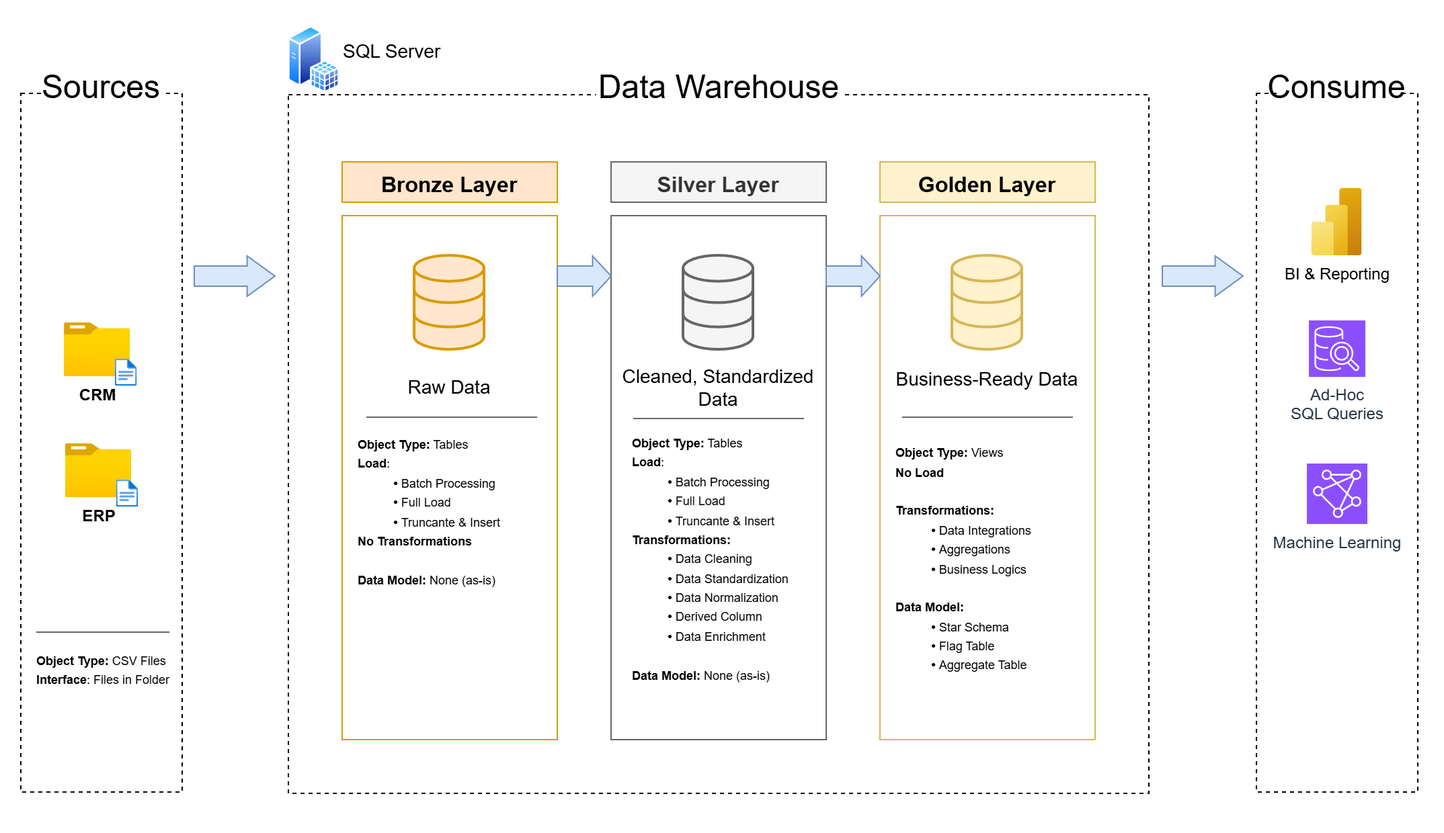
Before: docs/data_architecture/data_architecture.png, a diagram exported from draw.io (Rodrigo3441/sql-data-warehouse-project). Source tidied: cells renumbered, new cells last; positions are measured from the earlier drawing's top-left corner, leaving out a move shared by most shapes.
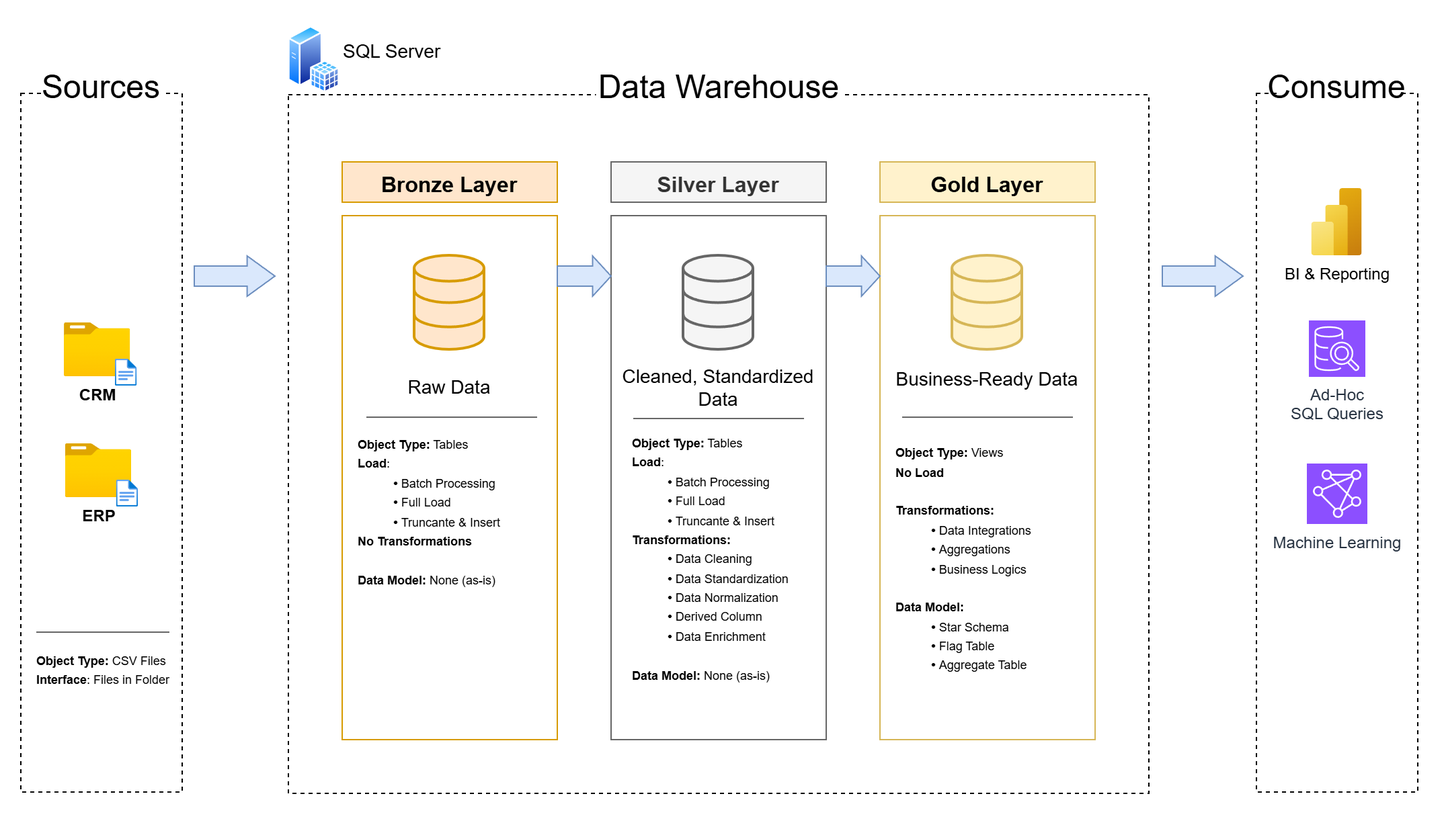
After the change.

Commit message:
docs: update data architecture diagram to reflect recent changes

Diff of the diagram source:
```diff
@@ -38,7 +38,7 @@
     <mxCell id="13" value=" " style="rounded=0;whiteSpace=wrap;html=1;fillColor=none;strokeColor=#666666;fontSize=20;fontColor=#333333;" parent="1" vertex="1">
       <mxGeometry x="454" y="160" width="160" height="390" as="geometry" />
     </mxCell>
-    <mxCell id="14" value="&lt;font style=&quot;font-size: 16px;&quot;&gt;Golden Layer&lt;/font&gt;" style="rounded=0;whiteSpace=wrap;html=1;fillColor=#fff2cc;strokeColor=#d6b656;fontSize=20;fontStyle=1;" parent="1" vertex="1">
+    <mxCell id="14" value="&lt;font style=&quot;font-size: 16px;&quot;&gt;Gold Layer&lt;/font&gt;" style="rounded=0;whiteSpace=wrap;html=1;fillColor=#fff2cc;strokeColor=#d6b656;fontSize=20;fontStyle=1;" parent="1" vertex="1">
       <mxGeometry x="654" y="120" width="160" height="30" as="geometry" />
     </mxCell>
     <mxCell id="15" value="&amp;nbsp; &amp;nbsp; &amp;nbsp; &amp;nbsp; &amp;nbsp; &amp;nbsp; &amp;nbsp; &amp;nbsp; &amp;nbsp;&amp;nbsp; " style="rounded=0;whiteSpace=wrap;html=1;fillColor=none;strokeColor=#d6b656;fontSize=20;" parent="1" vertex="1">
```
